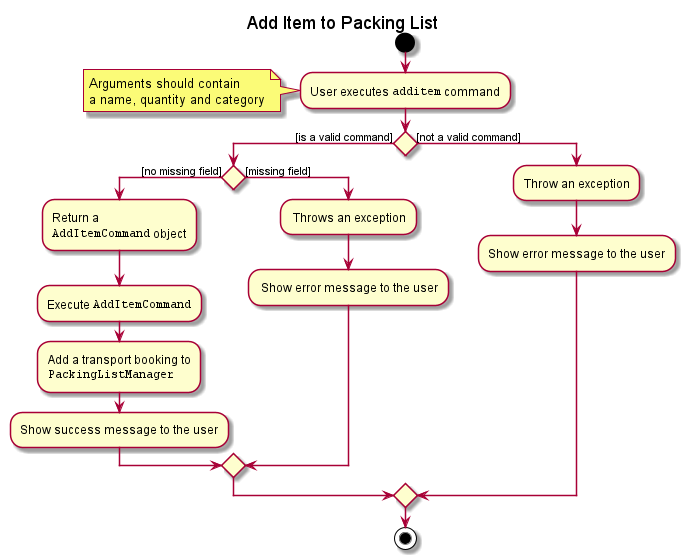
The PlantUML diagram docs/images/developer-guide/packing-list/AddPackingListActivityDiagram.png in zenatrick/main, before a commit.
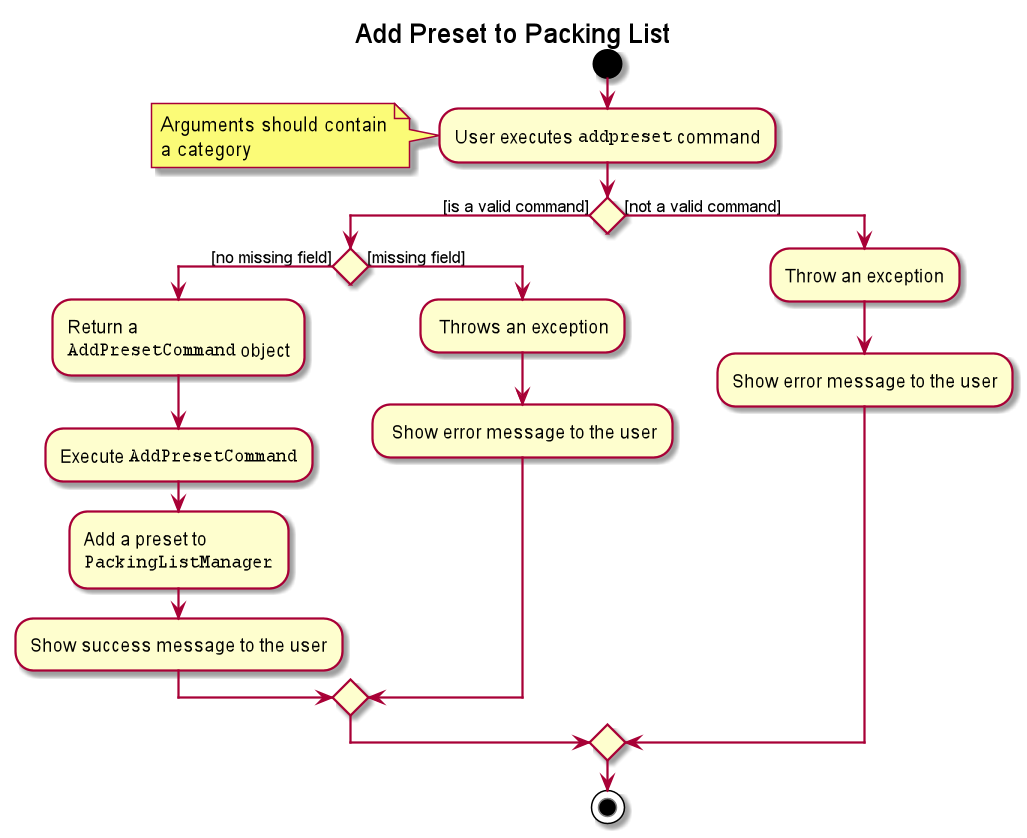
The same file after the commit.

Diff of the diagram source:
```diff
@@ -1,12 +1,12 @@
 @startuml
-title Add Item to Packing List
+title Add Preset to Packing List
 
 start
 
-:User executes ""additem"" command;
+:User executes ""addpreset"" command;
 note left
   Arguments should contain
-  a name, quantity and category
+  a category
 end note
 
 if () then ([is a valid command])
@@ -15,11 +15,11 @@
     if () then ([no missing field])
 
             :Return a
-            ""AddItemCommand"" object;
+            ""AddPresetCommand"" object;
 
-            :Execute ""AddItemCommand"";
+            :Execute ""AddPresetCommand"";
 
-            :Add a transport booking to
+            :Add a preset to
             ""PackingListManager"";
 
             :Show success message to the user;
```
